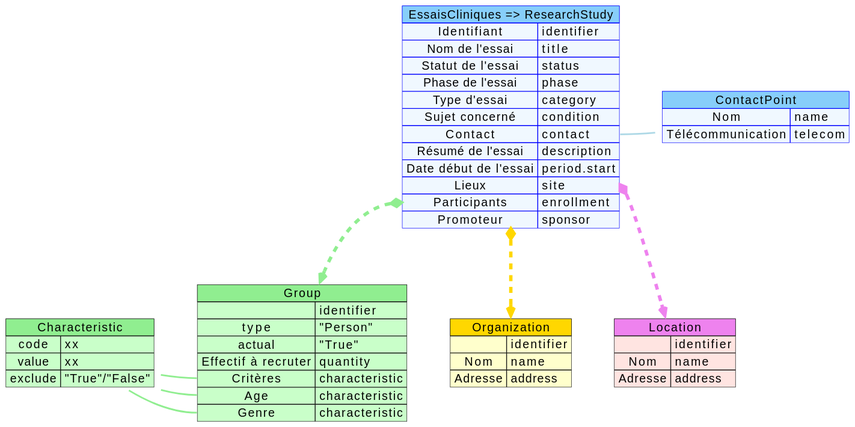
ansforge/essais-cliniques keeps this PlantUML diagram as input/images/mappingResearchStudy.svg. Above is the earlier version.
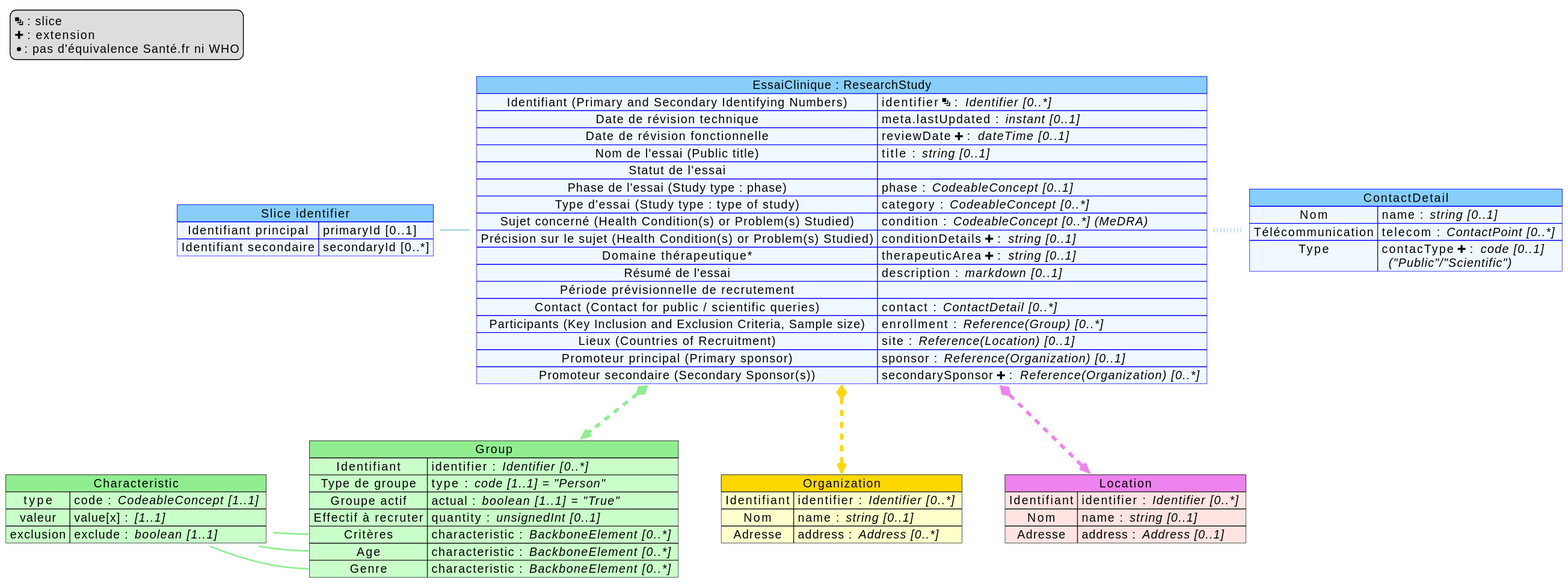
Above is the later version.

Commit message:
Mise à jour mapping

What changed in the source:
```diff
@@ -1,60 +1,81 @@
 @startuml
-map "ContactPoint" as Contact #back:AliceBlue;header:LightSkyBlue;line:blue {
-    Nom => name
-    Télécommunication => telecom
+map "ContactDetail" as Contact #back:AliceBlue;header:LightSkyBlue;line:blue {
+    Nom => name : // string [0..1] //
+    Télécommunication => telecom : // ContactPoint [0..*] //
+    Type => contacType <&plus> : // code [0..1] // \n // ("Public"/"Scientific") //
+}
+
+map "Slice identifier" as slice_identifier #back:AliceBlue;header:LightSkyBlue;line:blue {
+    Identifiant principal => primaryId [0..1]
+    Identifiant secondaire => secondaryId [0..*]
 }
 
 map "Group" as Group #back:TECHNOLOGY;header:LightGreen {
-     => identifier
-    type => "Person"
-    actual => "True"
-    Effectif à recruter => quantity
-    Critères => characteristic
-    Age => characteristic
-    Genre => characteristic
+    Identifiant => identifier : // Identifier [0..*] //
+    Type de groupe => type : // code [1..1] = "Person" //
+    Groupe actif => actual : // boolean [1..1] = "True"//
+    Effectif à recruter => quantity : // unsignedInt [0..1] //
+    Critères => characteristic : // BackboneElement [0..*] //
+    Age => characteristic : // BackboneElement [0..*] //
+    Genre => characteristic : // BackboneElement [0..*] //
 }
 
 map "Characteristic" as Characteristic #back:TECHNOLOGY;header:LightGreen {
-    code => xx
-    value => xx
-    exclude => "True"/"False"
+    type  => code : // CodeableConcept [1..1] //
+    valeur => value[x] : // [1..1] //
+    exclusion => exclude : // boolean [1..1] //
 }
 
 map "Organization" as Organization #back:BUSINESS;header:Gold {
-     => identifier
-    Nom => name
-    Adresse => address
-
+    Identifiant => identifier : // Identifier [0..*] //
+    Nom => name : // string [0..1] //
+    Adresse => address : // Address [0..*] //
 }
 
 map "Location" as Location #back:MistyRose;header:Violet {
-     => identifier
-    Nom => name
-    Adresse => address
+    Identifiant => identifier : // Identifier [0..*] //
+    Nom => name : // string [0..1] //
+    Adresse => address : // Address [0..1] //
 }
 
-map "EssaisCliniques => ResearchStudy" as RS #back:AliceBlue;header:LightSkyBlue;line:blue {
-    Identifiant => identifier
-    Nom de l'essai => title
-    Statut de l'essai => status
-    Phase de l'essai => phase
-    Type d'essai => category
-    Sujet concerné => condition
-    Contact => contact
-    Résumé de l'essai => description
-    Date début de l'essai => period.start
-    Lieux => site
-    Participants => enrollment
-    Promoteur => sponsor
+map "EssaiClinique : ResearchStudy" as RS #back:AliceBlue;header:LightSkyBlue;line:blue {
+    Identifiant (Primary and Secondary Identifying Numbers) => identifier <&layers> : // Identifier [0..*] //
+    Date de révision technique => meta.lastUpdated : // instant [0..1] //
+    Date de révision fonctionnelle => reviewDate <&plus> : // dateTime [0..1] //
+    Nom de l'essai (Public title) => title : // string [0..1] //
+    Statut de l'essai =>
+    Phase de l'essai (Study type : phase) => phase : // CodeableConcept [0..1] //
+    Type d'essai (Study type : type of study) => category : // CodeableConcept [0..*] //
+    Sujet concerné (Health Condition(s) or Problem(s) Studied) => condition : // CodeableConcept [0..*] (MeDRA) //
+    Précision sur le sujet (Health Condition(s)  or  Problem(s) Studied) => conditionDetails <&plus> : // string [0..1] //
+    Domaine thérapeutique* => therapeuticArea <&plus> : // string [0..1] //
+    Résumé de l'essai => description : // markdown [0..1] //
+    Période prévisionnelle de recrutement =>
+    Contact (Contact for public / scientific queries) => contact : // ContactDetail [0..*] //
+    Participants (Key Inclusion and Exclusion Criteria, Sample size)=> enrollment : // Reference(Group) [0..*] //
+    Lieux (Countries of Recruitment) => site : // Reference(Location) [0..1] //
+    Promoteur principal (Primary sponsor) => sponsor : // Reference(Organization) [0..1] //
+    Promoteur secondaire (Secondary Sponsor(s)) => secondarySponsor <&plus> : // Reference(Organization) [0..*] //
 }
 
 
 RS::Lieux *-[#Violet,dashed,thickness=4]-> Location
 RS::Participants *-[#LightGreen,dashed,thickness=4]-> Group
 RS::Promoteur *-[#Gold,dashed,thickness=4]-> Organization
-RS::Contact -[#lightBlue,thickness=2] Contact
+RS::Identifiant -left[#lightBlue,thickness=2] slice_identifier
+RS::Contact -[#lightBlue,dotted,thickness=6] Contact
+
+Group -[hidden] Organization
 
 Group::Critères -left[#LightGreen,thickness=2]> Characteristic
 Group::Age -left[#LightGreen,thickness=2]> Characteristic
 Group::Genre -[#LightGreen,thickness=2]> Characteristic
+
+
+
+legend top left
+  <&layers> : slice
+  <&plus> : extension
+  * : pas d'équivalence Santé.fr ni WHO
+endlegend
 @enduml
```
